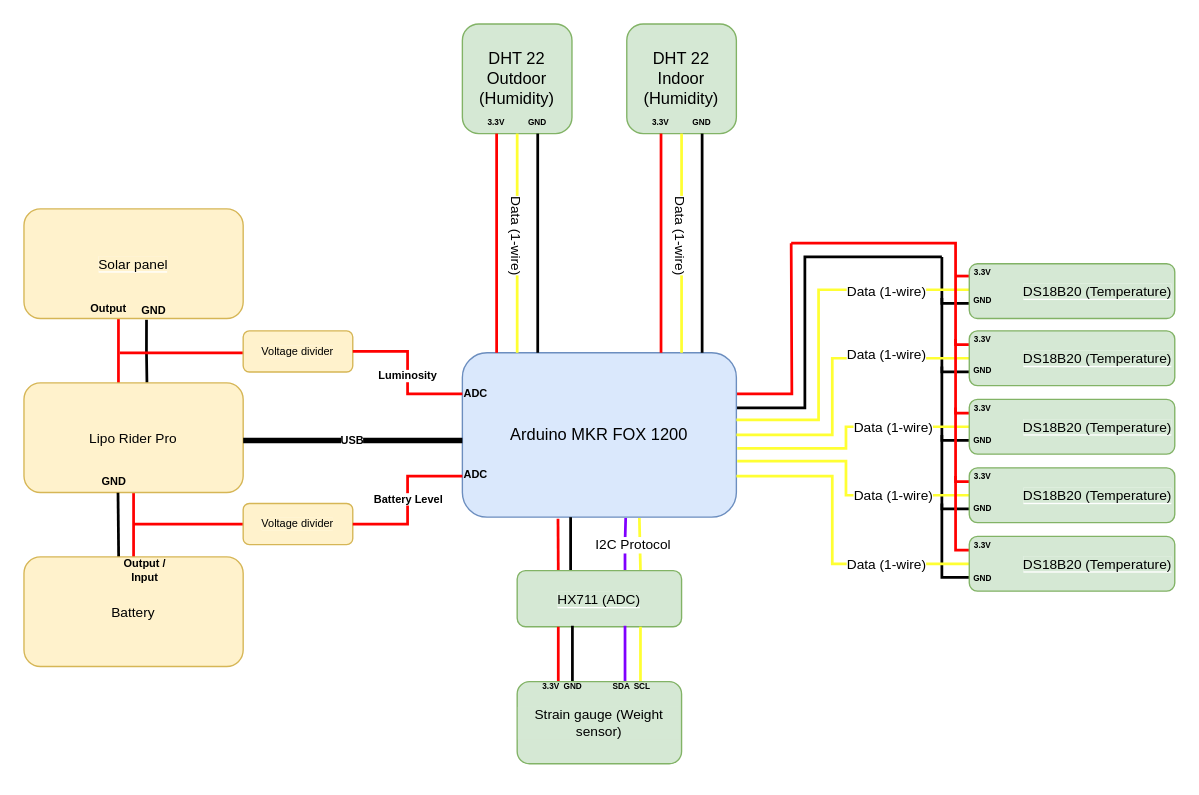
Before: Documentation/Synoptique.drawio in Ithoh/OpenRucheDLCB, a draw.io diagram. Source tidied: cells renumbered, new cells numbered last; positions are measured from the earlier drawing's top-left corner, leaving out a move shared by most shapes. Both pictures are drawn from the tidied source at 137%, with x=0, y=0 at pixel (23, 23).
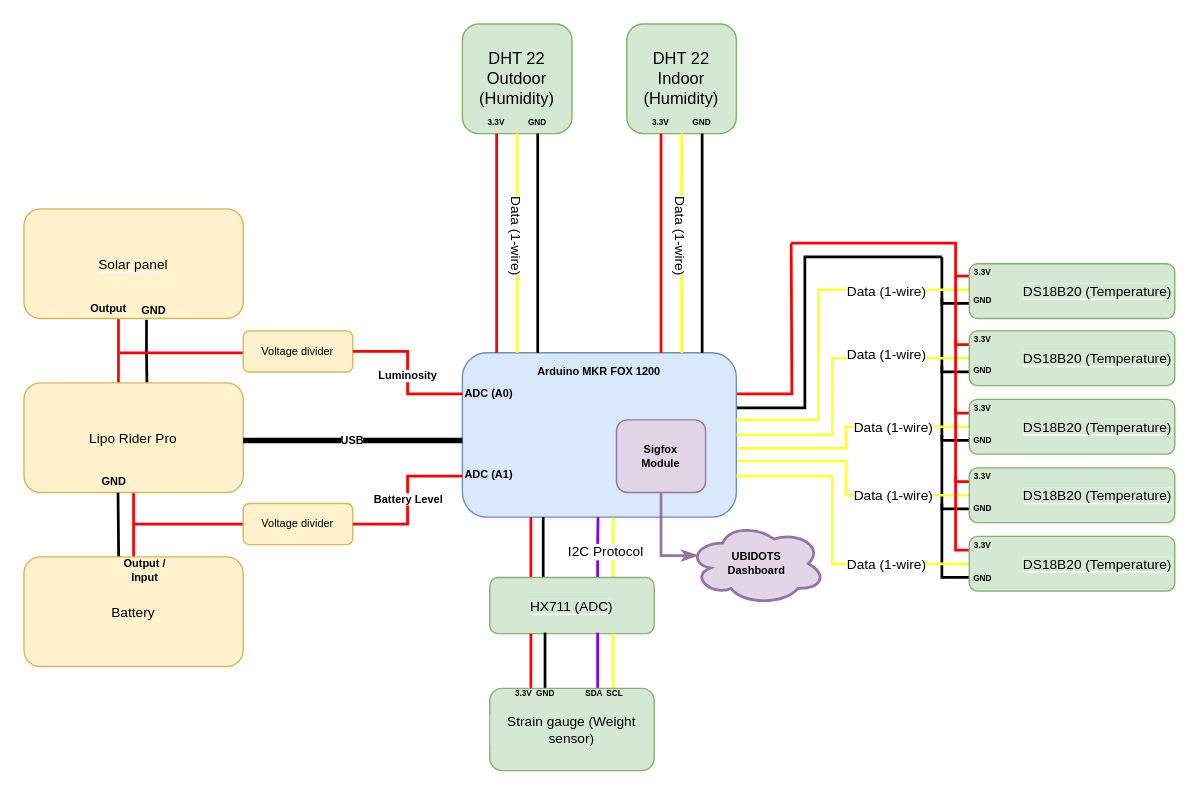
The same diagram, later.

Commit message (it also covers changes not shown here):
Added sigfox module in the schematic

Change to the diagram source:
```diff
@@
-    <mxCell id="4" value="Arduino MKR FOX 1200" style="rounded=1;whiteSpace=wrap;html=1;fillColor=#dae8fc;strokeColor=#6c8ebf;" parent="1" vertex="1">
+    <mxCell id="4" style="rounded=1;whiteSpace=wrap;html=1;fillColor=#dae8fc;strokeColor=#6c8ebf;" parent="1" vertex="1">
       <mxGeometry x="320" y="240" width="200" height="120" as="geometry" />
     </mxCell>
@@
-    <mxCell id="55" style="edgeStyle=orthogonalEdgeStyle;rounded=0;jettySize=auto;html=1;exitX=0.25;exitY=0;exitDx=0;exitDy=0;entryX=0.349;entryY=1.009;entryDx=0;entryDy=0;entryPerimeter=0;fontSize=10;fontColor=#000000;endArrow=none;endFill=0;strokeColor=#FF0000;strokeWidth=2;" parent="1" edge="1" source="59" target="4">
+    <mxCell id="55" style="edgeStyle=orthogonalEdgeStyle;rounded=0;jettySize=auto;html=1;exitX=0.25;exitY=0;exitDx=0;exitDy=0;entryX=0.25;entryY=1;entryDx=0;entryDy=0;fontSize=10;fontColor=#000000;endArrow=none;endFill=0;strokeColor=#FF0000;strokeWidth=2;" parent="1" edge="1" source="59" target="4">
       <mxGeometry relative="1" as="geometry" />
     </mxCell>
     <mxCell id="56" style="edgeStyle=orthogonalEdgeStyle;rounded=0;jettySize=auto;html=1;exitX=0.325;exitY=0.056;exitDx=0;exitDy=0;fontSize=10;fontColor=#000000;endArrow=none;endFill=0;strokeColor=#000000;strokeWidth=2;exitPerimeter=0;" parent="1" edge="1" source="59">
       <mxGeometry relative="1" as="geometry">
-        <mxPoint x="399" y="360" as="targetPoint" />
+        <mxPoint x="379" y="360" as="targetPoint" />
       </mxGeometry>
     </mxCell>
-    <mxCell id="57" style="edgeStyle=orthogonalEdgeStyle;rounded=0;jettySize=auto;html=1;exitX=0.75;exitY=0;exitDx=0;exitDy=0;entryX=0.646;entryY=1.005;entryDx=0;entryDy=0;entryPerimeter=0;fontSize=10;fontColor=#000000;endArrow=none;endFill=0;strokeColor=#FFFF33;strokeWidth=2;" parent="1" edge="1" source="59" target="4">
+    <mxCell id="57" style="edgeStyle=orthogonalEdgeStyle;rounded=0;jettySize=auto;html=1;exitX=0.75;exitY=0;exitDx=0;exitDy=0;entryX=0.55;entryY=1.003;entryDx=0;entryDy=0;entryPerimeter=0;fontSize=10;fontColor=#000000;endArrow=none;endFill=0;strokeColor=#FFFF33;strokeWidth=2;" parent="1" edge="1" source="59" target="4">
       <mxGeometry relative="1" as="geometry" />
     </mxCell>
-    <mxCell id="58" style="edgeStyle=orthogonalEdgeStyle;rounded=0;jettySize=auto;html=1;exitX=0.656;exitY=0.056;exitDx=0;exitDy=0;entryX=0.596;entryY=1.005;entryDx=0;entryDy=0;fontSize=10;fontColor=#000000;endArrow=none;endFill=0;strokeColor=#7F00FF;strokeWidth=2;exitPerimeter=0;entryPerimeter=0;" parent="1" edge="1" source="59" target="4">
-      <mxGeometry relative="1" as="geometry" />
+    <mxCell id="58" style="edgeStyle=orthogonalEdgeStyle;rounded=0;jettySize=auto;html=1;exitX=0.656;exitY=0.056;exitDx=0;exitDy=0;fontSize=10;fontColor=#000000;endArrow=none;endFill=0;strokeColor=#7F00FF;strokeWidth=2;exitPerimeter=0;" parent="1" edge="1" source="59">
+      <mxGeometry relative="1" as="geometry">
+        <mxPoint x="419" y="360" as="targetPoint" />
+      </mxGeometry>
     </mxCell>
     <mxCell id="59" value="&lt;span style=&quot;background-color: rgb(213 , 232 , 212)&quot;&gt;HX711 (ADC)&lt;br&gt;&lt;/span&gt;" style="rounded=1;whiteSpace=wrap;html=1;labelBackgroundColor=#FFFFFF;fontSize=10;strokeColor=#82b366;fillColor=#d5e8d4;align=center;" parent="1" vertex="1">
-      <mxGeometry x="360" y="399" width="120" height="41" as="geometry" />
+      <mxGeometry x="340" y="404" width="120" height="41" as="geometry" />
     </mxCell>
@@
     <mxCell id="64" value="Strain gauge (Weight sensor)" style="rounded=1;whiteSpace=wrap;html=1;labelBackgroundColor=#D5E8D4;fontSize=10;strokeColor=#82b366;fillColor=#d5e8d4;align=center;" parent="1" vertex="1">
-      <mxGeometry x="360" y="480" width="120" height="60" as="geometry" />
+      <mxGeometry x="340" y="485" width="120" height="60" as="geometry" />
     </mxCell>
     <mxCell id="65" value="&lt;font style=&quot;font-size: 6px ; line-height: 0.8&quot;&gt;&lt;b&gt;3.3V&lt;/b&gt;&lt;/font&gt;" style="text;html=1;strokeColor=none;fillColor=none;align=center;verticalAlign=middle;whiteSpace=wrap;rounded=0;" parent="1" vertex="1">
-      <mxGeometry x="375" y="477" width="20" height="10" as="geometry" />
+      <mxGeometry x="355" y="482" width="20" height="10" as="geometry" />
     </mxCell>
     <mxCell id="66" value="&lt;font style=&quot;font-size: 6px ; line-height: 0.8&quot;&gt;&lt;b&gt;GND&lt;/b&gt;&lt;/font&gt;" style="text;html=1;strokeColor=none;fillColor=none;align=center;verticalAlign=middle;whiteSpace=wrap;rounded=0;" parent="1" vertex="1">
-      <mxGeometry x="391" y="477" width="20" height="10" as="geometry" />
+      <mxGeometry x="371" y="482" width="20" height="10" as="geometry" />
     </mxCell>
     <mxCell id="67" value="SDA" style="text;html=1;strokeColor=none;fillColor=none;align=center;verticalAlign=middle;whiteSpace=wrap;rounded=0;labelBackgroundColor=none;fontSize=6;fontColor=#000000;fontStyle=1;" parent="1" vertex="1">
-      <mxGeometry x="429" y="479" width="15" height="10" as="geometry" />
+      <mxGeometry x="409" y="484" width="15" height="10" as="geometry" />
     </mxCell>
     <mxCell id="68" value="SCL" style="text;html=1;strokeColor=none;fillColor=none;align=center;verticalAlign=middle;whiteSpace=wrap;rounded=0;labelBackgroundColor=none;fontSize=6;fontColor=#000000;fontStyle=1;" parent="1" vertex="1">
-      <mxGeometry x="444" y="479" width="15" height="10" as="geometry" />
+      <mxGeometry x="424" y="484" width="15" height="10" as="geometry" />
     </mxCell>
     <mxCell id="69" value="&lt;font style=&quot;font-size: 10px&quot;&gt;I2C Protocol&lt;/font&gt;" style="text;html=1;strokeColor=none;fillColor=none;align=center;verticalAlign=middle;whiteSpace=wrap;rounded=0;labelBackgroundColor=default;fontSize=6;fontColor=#000000;" parent="1" vertex="1">
-      <mxGeometry x="415" y="375" width="60" height="9" as="geometry" />
+      <mxGeometry x="395" y="380" width="60" height="9" as="geometry" />
     </mxCell>
@@
-    <mxCell id="84" value="ADC" style="text;html=1;strokeColor=none;fillColor=none;align=center;verticalAlign=middle;whiteSpace=wrap;rounded=0;labelBackgroundColor=none;fontSize=8;fontColor=#000000;fontStyle=1;" parent="1" vertex="1">
-      <mxGeometry x="320" y="265" width="20" height="10" as="geometry" />
+    <mxCell id="84" value="ADC (A0)" style="text;html=1;strokeColor=none;fillColor=none;align=left;verticalAlign=middle;whiteSpace=wrap;rounded=0;labelBackgroundColor=none;fontSize=8;fontColor=#000000;fontStyle=1;" parent="1" vertex="1">
+      <mxGeometry x="320" y="265" width="50" height="10" as="geometry" />
     </mxCell>
@@
-    <mxCell id="91" value="ADC" style="text;html=1;strokeColor=none;fillColor=none;align=center;verticalAlign=middle;whiteSpace=wrap;rounded=0;labelBackgroundColor=none;fontSize=8;fontColor=#000000;fontStyle=1;" parent="1" vertex="1">
-      <mxGeometry x="320" y="324" width="20" height="10" as="geometry" />
+    <mxCell id="91" value="ADC (A1)" style="text;html=1;strokeColor=none;fillColor=none;align=left;verticalAlign=middle;whiteSpace=wrap;rounded=0;labelBackgroundColor=none;fontSize=8;fontColor=#000000;fontStyle=1;" parent="1" vertex="1">
+      <mxGeometry x="320" y="324" width="40" height="10" as="geometry" />
     </mxCell>
@@
+    <mxCell id="93" value="&lt;b&gt;Arduino MKR FOX 1200&lt;/b&gt;" style="text;html=1;strokeColor=none;fillColor=none;align=center;verticalAlign=middle;whiteSpace=wrap;rounded=0;labelBackgroundColor=none;fontSize=8;fontColor=#000000;" parent="1" vertex="1">
+      <mxGeometry x="370" y="246" width="100" height="16" as="geometry" />
+    </mxCell>
+    <mxCell id="94" style="rounded=1;whiteSpace=wrap;html=1;labelBackgroundColor=none;fontSize=8;strokeColor=#9673a6;fillColor=#e1d5e7;align=left;" parent="1" vertex="1">
+      <mxGeometry x="432.5" y="289" width="65" height="53" as="geometry" />
+    </mxCell>
+    <mxCell id="95" value="&lt;b&gt;Sigfox Module&lt;/b&gt;" style="text;html=1;strokeColor=none;fillColor=none;align=center;verticalAlign=middle;whiteSpace=wrap;rounded=0;labelBackgroundColor=none;fontSize=8;fontColor=#000000;" parent="1" vertex="1">
+      <mxGeometry x="440" y="300.5" width="50" height="30" as="geometry" />
+    </mxCell>
+    <mxCell id="96" value="&lt;b&gt;UBIDOTS&lt;br&gt;Dashboard&lt;/b&gt;" style="ellipse;shape=cloud;whiteSpace=wrap;html=1;align=center;labelBackgroundColor=none;fontSize=8;strokeColor=#9673a6;strokeWidth=2;fillColor=#e1d5e7;" parent="1" vertex="1">
+      <mxGeometry x="485" y="364" width="100" height="60" as="geometry" />
+    </mxCell>
+    <mxCell id="97" style="endArrow=classicThin;html=1;rounded=0;fontSize=8;fontColor=#000000;strokeColor=#9673a6;strokeWidth=2;entryX=0.07;entryY=0.4;entryDx=0;entryDy=0;entryPerimeter=0;fillColor=#e1d5e7;endFill=1;exitX=0.5;exitY=1;exitDx=0;exitDy=0;" parent="1" edge="1" source="94" target="96">
+      <mxGeometry relative="1" as="geometry">
+        <Array as="points">
+          <mxPoint x="465" y="350" />
+          <mxPoint x="465" y="388" />
+        </Array>
+      </mxGeometry>
+    </mxCell>
```
